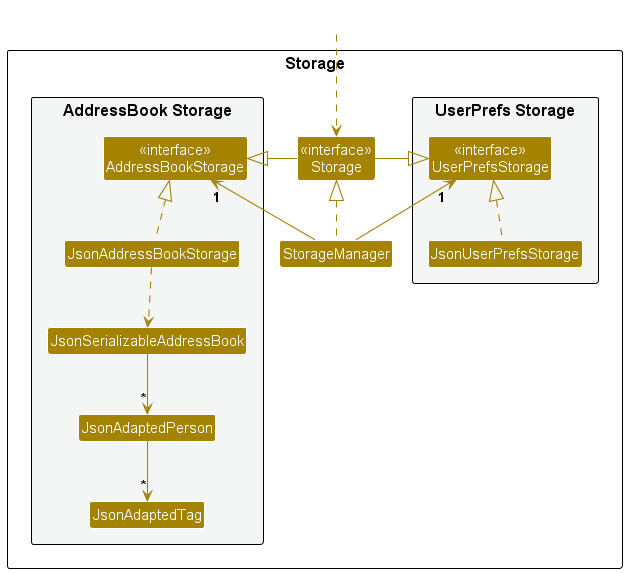
nus-cs2103-AY2324S2/tp keeps this PlantUML diagram as docs/images/StorageClassDiagram.png. Above is the earlier version.
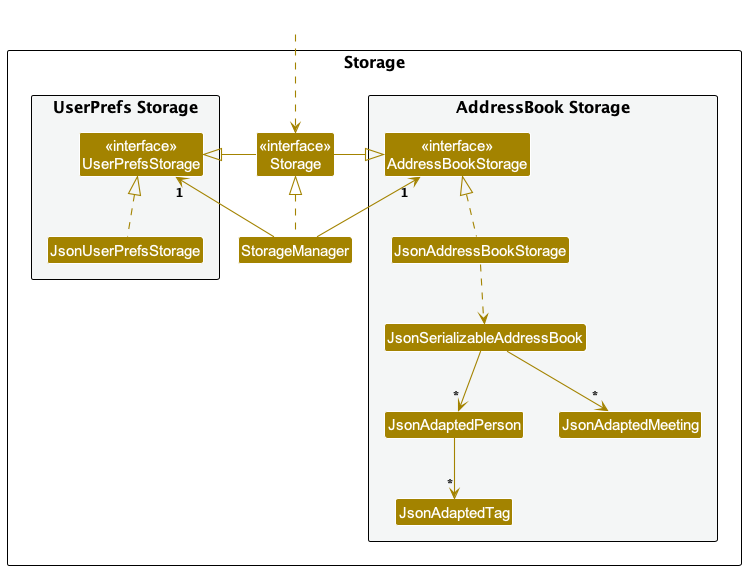
The same diagram one commit later.

Diff of the diagram source:
```diff
@@ -20,6 +20,7 @@
 Class JsonSerializableAddressBook
 Class JsonAdaptedPerson
 Class JsonAdaptedTag
+Class JsonAdaptedMeeting
 }
 
 }
@@ -38,6 +39,7 @@
 JsonAddressBookStorage .up.|> AddressBookStorage
 JsonAddressBookStorage ..> JsonSerializableAddressBook
 JsonSerializableAddressBook --> "*" JsonAdaptedPerson
+JsonSerializableAddressBook --> "*" JsonAdaptedMeeting
 JsonAdaptedPerson --> "*" JsonAdaptedTag
 
 @enduml
```
